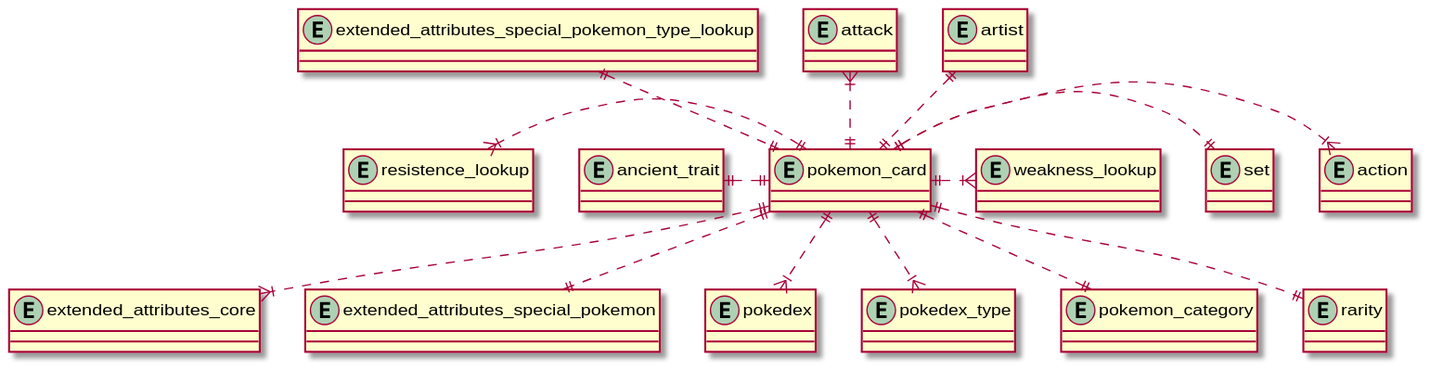
Before: schema/exported_images/pokemon-card-relationships.svg, a diagram exported from PlantUML (pkgreen90/pokemon-tcg-data).
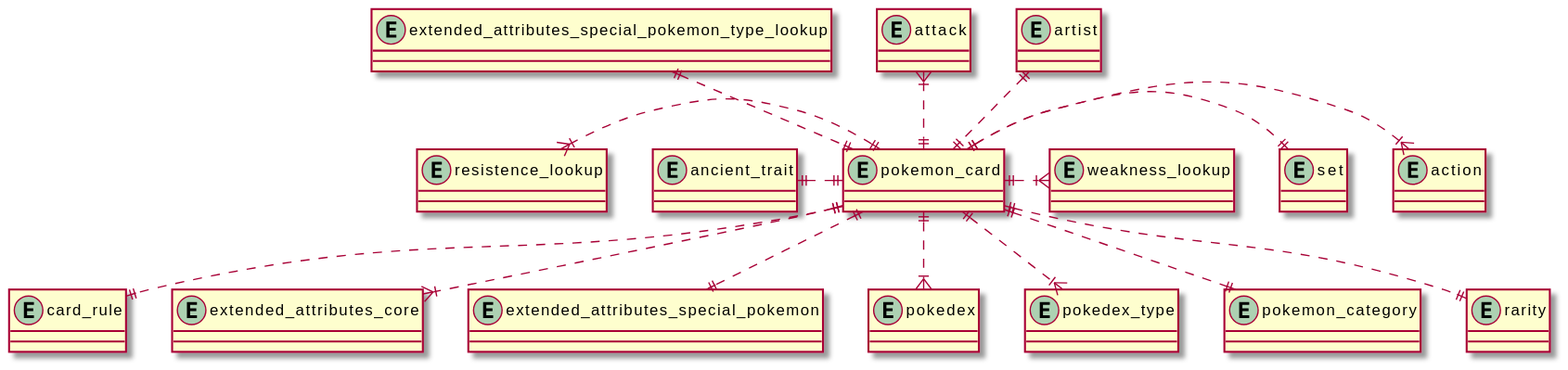
After the change.

What changed in the source:
```diff
@@ -4,6 +4,7 @@
 entity "ancient_trait" as ancient_trait {}
 entity "artist" as artist {}
 entity "attack" as attack {}
+entity "card_rule" as card_rule {}
 entity "extended_attributes_core" as extended_attributes_core {}
 entity "extended_attributes_special_pokemon" as extended_attributes_special_pokemon {}
 entity "extended_attributes_special_pokemon_type_lookup" as extended_attributes_special_pokemon_type_lookup {}
@@ -20,6 +21,7 @@
 pokemon_card ||..left|| ancient_trait
 pokemon_card ||..up|| artist
 pokemon_card ||..up|{ attack
+pokemon_card ||..|| card_rule
 pokemon_card ||..|{ extended_attributes_core
 pokemon_card ||..|| extended_attributes_special_pokemon
 pokemon_card ||..up|| extended_attributes_special_pokemon_type_lookup
```
